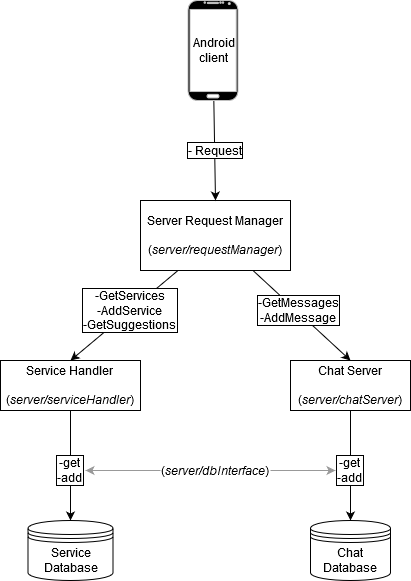
Before: imgs/server_modules.png, a diagram exported from draw.io (CLewisS/321-project). Source tidied: cells renumbered, new cells last; positions are measured from the earlier drawing's top-left corner, leaving out a move shared by most shapes.
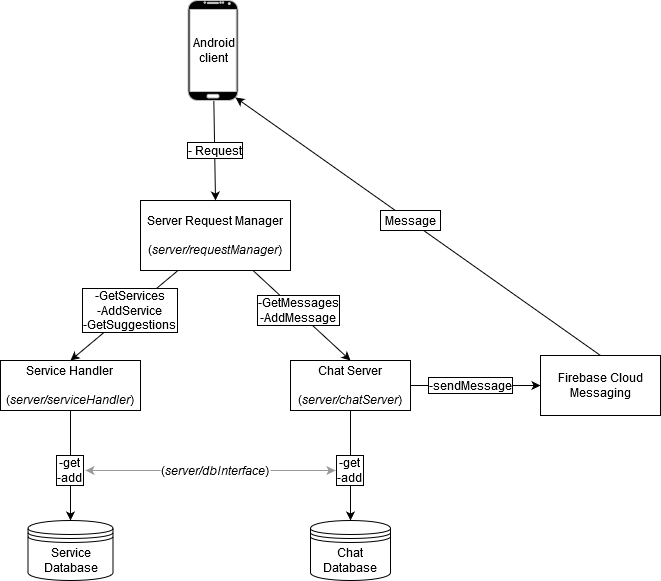
After the change.

Commit message:
Updated server architecture diagram

Change to the diagram source:
```diff
@@ -5,6 +5,9 @@
     <mxCell id="2" style="edgeStyle=none;rounded=0;jettySize=auto;html=1;exitX=0.5;exitY=1;exitDx=0;exitDy=0;entryX=0.5;entryY=0;entryDx=0;entryDy=0;" parent="1" edge="1" source="3" target="13">
       <mxGeometry relative="1" as="geometry" />
     </mxCell>
+    <mxCell id="22" style="edgeStyle=orthogonalEdgeStyle;rounded=0;jettySize=auto;html=1;exitX=1;exitY=0.5;exitDx=0;exitDy=0;" parent="1" edge="1" source="3" target="23">
+      <mxGeometry relative="1" as="geometry" />
+    </mxCell>
     <mxCell id="3" value="&lt;div&gt;Chat Server&lt;/div&gt;&lt;div&gt;&lt;br&gt;&lt;/div&gt;&lt;div&gt;(&lt;i&gt;server/chatServer&lt;/i&gt;)&lt;br&gt;&lt;/div&gt;" style="rounded=0;whiteSpace=wrap;html=1;" parent="1" vertex="1">
       <mxGeometry x="290" y="360" width="120" height="50" as="geometry" />
     </mxCell>
@@ -62,5 +65,17 @@
     <mxCell id="21" value="(&lt;i&gt;server/dbInterface&lt;/i&gt;)" style="text;html=1;strokeColor=none;fillColor=none;align=center;verticalAlign=middle;whiteSpace=wrap;rounded=0;" parent="1" vertex="1">
       <mxGeometry x="160" y="460" width="110" height="20" as="geometry" />
     </mxCell>
+    <mxCell id="23" value="Firebase Cloud Messaging" style="rounded=0;whiteSpace=wrap;html=1;" parent="1" vertex="1">
+      <mxGeometry x="540" y="355" width="120" height="60" as="geometry" />
+    </mxCell>
+    <mxCell id="24" style="endArrow=classic;html=1;exitX=0.5;exitY=0;exitDx=0;exitDy=0;entryX=0.95;entryY=0.97;entryDx=0;entryDy=0;entryPerimeter=0;" parent="1" edge="1" source="23" target="16">
+      <mxGeometry relative="1" as="geometry" />
+    </mxCell>
+    <mxCell id="25" value="&lt;div&gt;-sendMessage&lt;/div&gt;" style="text;html=1;strokeColor=none;fillColor=none;align=center;verticalAlign=middle;whiteSpace=wrap;rounded=0;labelBackgroundColor=#FFFFFF;labelBorderColor=#000000;" parent="1" vertex="1">
+      <mxGeometry x="410" y="355" width="120" height="60" as="geometry" />
+    </mxCell>
+    <mxCell id="26" value="Message" style="rounded=0;whiteSpace=wrap;html=1;" parent="1" vertex="1">
+      <mxGeometry x="380" y="210" width="60" height="20" as="geometry" />
+    </mxCell>
   </root>
 </mxGraphModel>
```
